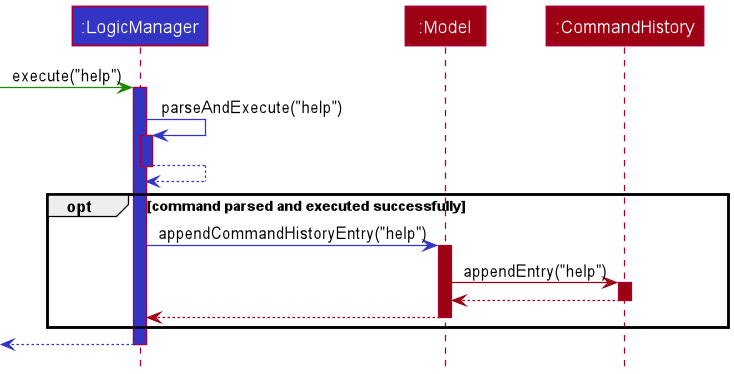
Earlier version of the PlantUML export docs/images/commandhistory/CmdHistUpdateSequenceDiagram.png (nus-cs2103-AY2021S2/tp).
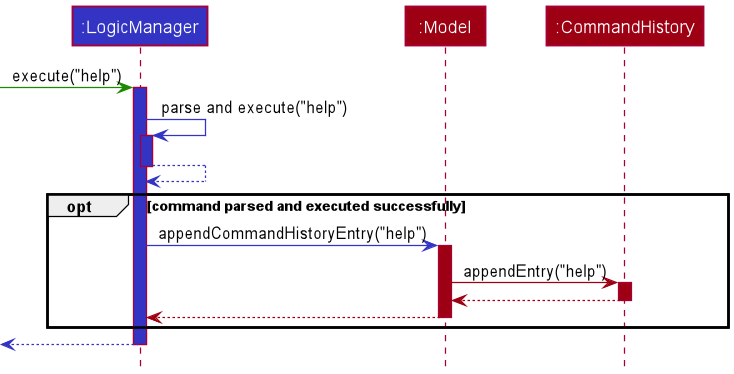
The same diagram one commit later.

Commit message:
Docs(DG): Update command history sequence diagram

The edit, as a diff of the source:
```diff
@@ -8,7 +8,7 @@
 -[UI_COLOR]> logic : execute("help")
 activate logic LOGIC_COLOR
 
-logic -[LOGIC_COLOR]> logic : parseAndExecute("help")
+logic -[LOGIC_COLOR]> logic : parse and execute("help")
 activate logic LOGIC_COLOR
 
 logic -[LOGIC_COLOR]-> logic
```
